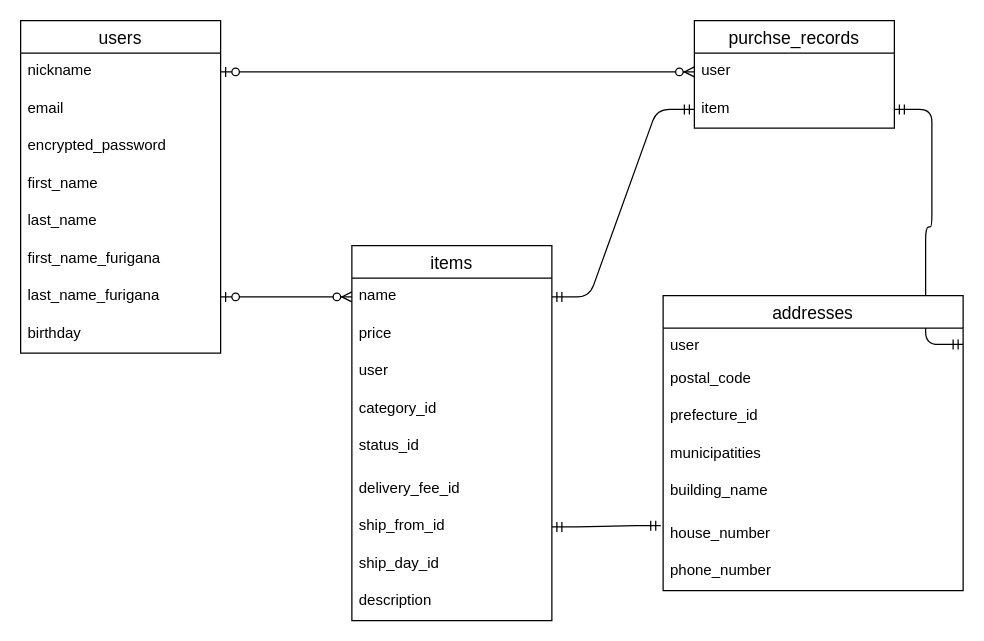
The draw.io diagram config/furima.dio in kiki0718/furima-28656, before the edit. Source tidied: cells renumbered, new cells numbered last; positions are measured from the earlier drawing's top-left corner, leaving out a move shared by most shapes. Both pictures are drawn from the tidied source at 125%, with x=0, y=0 at pixel (20, 20).
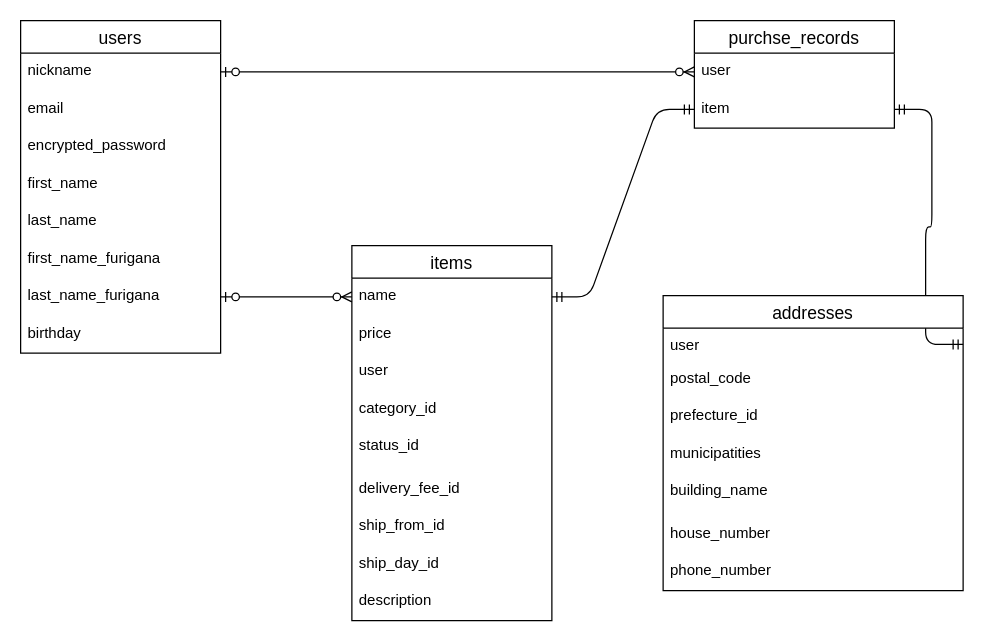
After the change.

Unchanged cells that the change refers to:
```xml
<mxCell id="26" value="ship_from_id" style="text;strokeColor=none;fillColor=none;spacingLeft=4;spacingRight=4;overflow=hidden;points=[[0,0.5],[1,0.5]];portConstraint=eastwest;fontSize=12;" parent="19" vertex="1">
  <mxGeometry y="210" width="160" height="30" as="geometry" />
</mxCell>
<mxCell id="35" value="house_number" style="text;strokeColor=none;fillColor=none;spacingLeft=4;spacingRight=4;overflow=hidden;points=[[0,0.5],[1,0.5]];portConstraint=eastwest;fontSize=12;" parent="29" vertex="1">
  <mxGeometry y="176" width="240" height="30" as="geometry" />
</mxCell>
```

The edit, as a diff of the source:
```diff
@@
-    <mxCell id="5" style="edgeStyle=entityRelationEdgeStyle;fontSize=12;html=1;endArrow=ERmandOne;startArrow=ERmandOne;entryX=-0.008;entryY=0.267;entryDx=0;entryDy=0;entryPerimeter=0;exitX=1;exitY=0.5;exitDx=0;exitDy=0;" parent="1" edge="1" source="26" target="35">
-      <mxGeometry relative="1" as="geometry" />
-    </mxCell>
```
